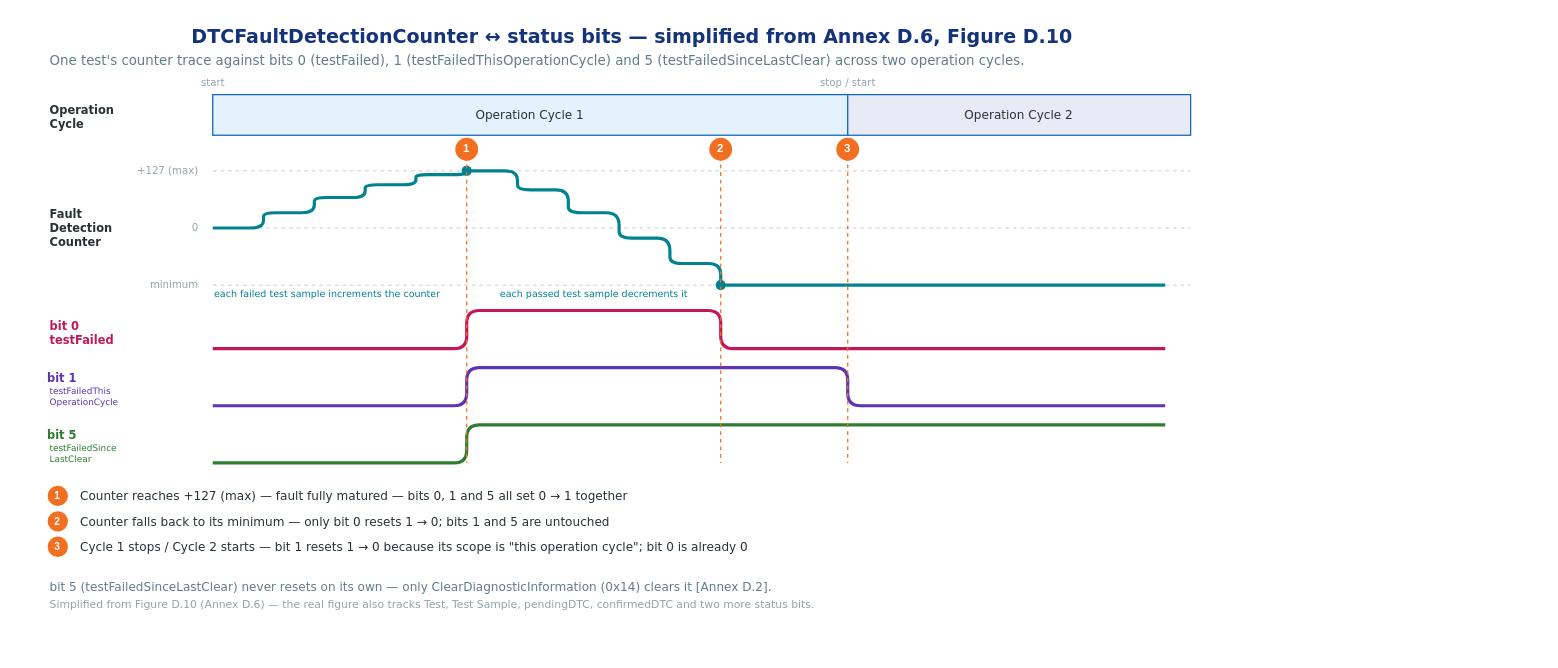
Before: doc/Standards/ISO14229-uds/asset/uds-dtc-faultdetectioncounter-timeline.drawio in mnpham2101/AutomotiveNotes, a draw.io diagram. Source tidied: cells renumbered, new cells numbered last; positions are measured from the earlier drawing's top-left corner, leaving out a move shared by most shapes. Both pictures are drawn from the tidied source at 127%, with x=0, y=0 at pixel (22, 22).
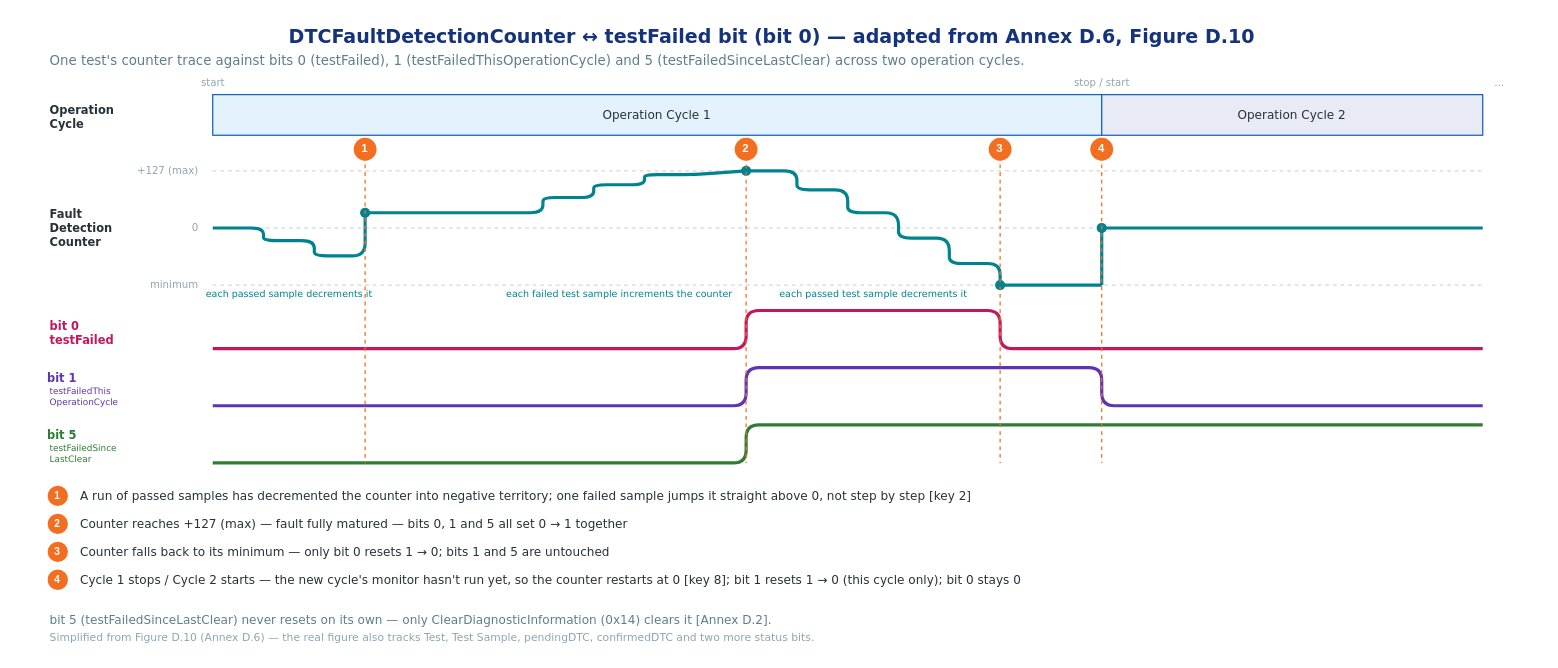
The same page after the edit.

Commit message (it also covers changes not shown here):
Fix fault detection counter diagrams: reset to 0 at cycle boundary, jump-above-0 on first failure

Diff of the diagram source:
```diff
@@
-    <mxCell id="2" value="DTCFaultDetectionCounter ↔ status bits — simplified from Annex D.6, Figure D.10" style="text;html=1;align=center;verticalAlign=middle;fontSize=15;fontColor=#14337a;fontFamily=DejaVu Sans;fontStyle=1;" parent="1" vertex="1">
-      <mxGeometry width="960" height="22" as="geometry" />
+    <mxCell id="2" value="DTCFaultDetectionCounter ↔ testFailed bit (bit 0) — adapted from Annex D.6, Figure D.10" style="text;html=1;align=center;verticalAlign=middle;fontSize=15;fontColor=#14337a;fontFamily=DejaVu Sans;fontStyle=1;" parent="1" vertex="1">
+      <mxGeometry width="1180" height="22" as="geometry" />
     </mxCell>
     <mxCell id="3" value="One test's counter trace against bits 0 (testFailed), 1 (testFailedThisOperationCycle) and 5 (testFailedSinceLastClear) across two operation cycles." style="text;html=1;align=left;verticalAlign=middle;fontSize=10.5;fontColor=#607d8b;fontFamily=DejaVu Sans;" parent="1" vertex="1">
-      <mxGeometry x="20" y="22" width="920" height="16" as="geometry" />
+      <mxGeometry x="20" y="22" width="1140" height="16" as="geometry" />
     </mxCell>
@@
     <mxCell id="5" value="Operation Cycle 1" style="rounded=0;whiteSpace=wrap;html=1;fillColor=#e3f2fd;strokeColor=#1565c0;fontSize=9.5;align=center;verticalAlign=middle;fontColor=#263238;fontFamily=DejaVu Sans;" parent="1" vertex="1">
-      <mxGeometry x="150" y="57" width="500" height="32" as="geometry" />
+      <mxGeometry x="150" y="57" width="700" height="32" as="geometry" />
     </mxCell>
     <mxCell id="6" value="Operation Cycle 2" style="rounded=0;whiteSpace=wrap;html=1;fillColor=#e8eaf6;strokeColor=#1565c0;fontSize=9.5;align=center;verticalAlign=middle;fontColor=#263238;fontFamily=DejaVu Sans;" parent="1" vertex="1">
-      <mxGeometry x="650" y="57" width="270" height="32" as="geometry" />
+      <mxGeometry x="850" y="57" width="300" height="32" as="geometry" />
     </mxCell>
@@
     <mxCell id="8" value="stop / start" style="text;html=1;align=center;verticalAlign=middle;fontSize=8;fontColor=#90a4ae;fontFamily=DejaVu Sans;" parent="1" vertex="1">
-      <mxGeometry x="600" y="42" width="100" height="12" as="geometry" />
+      <mxGeometry x="800" y="42" width="100" height="12" as="geometry" />
     </mxCell>
+    <mxCell id="45" value="…" style="text;html=1;align=center;verticalAlign=middle;fontSize=8;fontColor=#90a4ae;fontFamily=DejaVu Sans;" parent="1" vertex="1">
+      <mxGeometry x="1133" y="42" width="60" height="12" as="geometry" />
+    </mxCell>
@@
     <mxCell id="10" style="endArrow=none;html=1;strokeColor=#cfd8dc;dashed=1;" parent="1" edge="1">
       <mxGeometry relative="1" as="geometry">
         <mxPoint x="150" y="117" as="sourcePoint" />
-        <mxPoint x="920" y="117" as="targetPoint" />
+        <mxPoint x="1150" y="117" as="targetPoint" />
       </mxGeometry>
     </mxCell>
@@
     <mxCell id="12" style="endArrow=none;html=1;strokeColor=#cfd8dc;dashed=1;" parent="1" edge="1">
       <mxGeometry relative="1" as="geometry">
         <mxPoint x="150" y="162" as="sourcePoint" />
-        <mxPoint x="920" y="162" as="targetPoint" />
+        <mxPoint x="1150" y="162" as="targetPoint" />
       </mxGeometry>
     </mxCell>
@@
     <mxCell id="14" style="endArrow=none;html=1;strokeColor=#cfd8dc;dashed=1;" parent="1" edge="1">
       <mxGeometry relative="1" as="geometry">
         <mxPoint x="150" y="207" as="sourcePoint" />
-        <mxPoint x="920" y="207" as="targetPoint" />
+        <mxPoint x="1150" y="207" as="targetPoint" />
       </mxGeometry>
     </mxCell>
@@
+    <mxCell id="46" style="endArrow=none;html=1;strokeColor=#00838f;strokeWidth=2.5;curved=0;" parent="1" edge="1">
+      <mxGeometry relative="1" as="geometry">
+        <mxPoint x="150" y="162" as="sourcePoint" />
+        <mxPoint x="270" y="150" as="targetPoint" />
+        <Array as="points">
+          <mxPoint x="150" y="162" />
+          <mxPoint x="190" y="162" />
+          <mxPoint x="190" y="172" />
+          <mxPoint x="230" y="172" />
+          <mxPoint x="230" y="184" />
+          <mxPoint x="270" y="184" />
+          <mxPoint x="270" y="150" />
+        </Array>
+      </mxGeometry>
+    </mxCell>
     <mxCell id="16" style="endArrow=none;html=1;strokeColor=#00838f;strokeWidth=2.5;curved=0;" parent="1" edge="1">
       <mxGeometry relative="1" as="geometry">
-        <mxPoint x="150" y="162" as="sourcePoint" />
-        <mxPoint x="350" y="117" as="targetPoint" />
+        <mxPoint x="270" y="150" as="sourcePoint" />
+        <mxPoint x="570" y="117" as="targetPoint" />
         <Array as="points">
-          <mxPoint x="150" y="162" />
-          <mxPoint x="190" y="162" />
-          <mxPoint x="190" y="150" />
-          <mxPoint x="230" y="150" />
-          <mxPoint x="230" y="138" />
-          <mxPoint x="270" y="138" />
-          <mxPoint x="270" y="128" />
-          <mxPoint x="310" y="128" />
-          <mxPoint x="310" y="120" />
-          <mxPoint x="350" y="120" />
+          <mxPoint x="270" y="150" />
+          <mxPoint x="370" y="150" />
+          <mxPoint x="410" y="150" />
+          <mxPoint x="410" y="138" />
+          <mxPoint x="450" y="138" />
+          <mxPoint x="450" y="128" />
+          <mxPoint x="490" y="128" />
+          <mxPoint x="490" y="120" />
+          <mxPoint x="530" y="120" />
         </Array>
       </mxGeometry>
     </mxCell>
     <mxCell id="17" style="endArrow=none;html=1;strokeColor=#00838f;strokeWidth=2.5;curved=0;" parent="1" edge="1">
       <mxGeometry relative="1" as="geometry">
-        <mxPoint x="350" y="117" as="sourcePoint" />
-        <mxPoint x="550" y="207" as="targetPoint" />
+        <mxPoint x="570" y="117" as="sourcePoint" />
+        <mxPoint x="770" y="207" as="targetPoint" />
         <Array as="points">
-          <mxPoint x="350" y="117" />
-          <mxPoint x="390" y="117" />
-          <mxPoint x="390" y="132" />
-          <mxPoint x="430" y="132" />
-          <mxPoint x="430" y="150" />
-          <mxPoint x="470" y="150" />
-          <mxPoint x="470" y="170" />
-          <mxPoint x="510" y="170" />
-          <mxPoint x="510" y="190" />
-          <mxPoint x="550" y="190" />
+          <mxPoint x="570" y="117" />
+          <mxPoint x="610" y="117" />
+          <mxPoint x="610" y="132" />
+          <mxPoint x="650" y="132" />
+          <mxPoint x="650" y="150" />
+          <mxPoint x="690" y="150" />
+          <mxPoint x="690" y="170" />
+          <mxPoint x="730" y="170" />
+          <mxPoint x="730" y="190" />
+          <mxPoint x="770" y="190" />
         </Array>
       </mxGeometry>
     </mxCell>
     <mxCell id="18" style="endArrow=none;html=1;strokeColor=#00838f;strokeWidth=2.5;curved=0;" parent="1" edge="1">
       <mxGeometry relative="1" as="geometry">
-        <mxPoint x="550" y="207" as="sourcePoint" />
-        <mxPoint x="900" y="207" as="targetPoint" />
+        <mxPoint x="770" y="207" as="sourcePoint" />
+        <mxPoint x="850" y="207" as="targetPoint" />
       </mxGeometry>
     </mxCell>
+    <mxCell id="47" style="endArrow=none;html=1;strokeColor=#00838f;strokeWidth=2.5;curved=0;" parent="1" edge="1">
+      <mxGeometry relative="1" as="geometry">
+        <mxPoint x="850" y="207" as="sourcePoint" />
+        <mxPoint x="850" y="162" as="targetPoint" />
+      </mxGeometry>
+    </mxCell>
+    <mxCell id="48" style="endArrow=none;html=1;strokeColor=#00838f;strokeWidth=2.5;curved=0;" parent="1" edge="1">
+      <mxGeometry relative="1" as="geometry">
+        <mxPoint x="850" y="162" as="sourcePoint" />
+        <mxPoint x="1150" y="162" as="targetPoint" />
+      </mxGeometry>
+    </mxCell>
+    <mxCell id="49" style="ellipse;whiteSpace=wrap;html=1;fillColor=#00838f;strokeColor=none;" parent="1" vertex="1">
+      <mxGeometry x="266" y="146" width="8" height="8" as="geometry" />
+    </mxCell>
     <mxCell id="19" style="ellipse;whiteSpace=wrap;html=1;fillColor=#00838f;strokeColor=none;" parent="1" vertex="1">
-      <mxGeometry x="346" y="113" width="8" height="8" as="geometry" />
+      <mxGeometry x="566" y="113" width="8" height="8" as="geometry" />
     </mxCell>
     <mxCell id="20" style="ellipse;whiteSpace=wrap;html=1;fillColor=#00838f;strokeColor=none;" parent="1" vertex="1">
-      <mxGeometry x="546" y="203" width="8" height="8" as="geometry" />
+      <mxGeometry x="766" y="203" width="8" height="8" as="geometry" />
     </mxCell>
+    <mxCell id="50" style="ellipse;whiteSpace=wrap;html=1;fillColor=#00838f;strokeColor=none;" parent="1" vertex="1">
+      <mxGeometry x="846" y="158" width="8" height="8" as="geometry" />
+    </mxCell>
+    <mxCell id="51" value="each passed sample decrements it" style="text;html=1;align=center;verticalAlign=middle;fontSize=7.5;fontColor=#00838f;fontFamily=DejaVu Sans;" parent="1" vertex="1">
+      <mxGeometry x="120" y="208" width="180" height="12" as="geometry" />
+    </mxCell>
     <mxCell id="21" value="each failed test sample increments the counter" style="text;html=1;align=center;verticalAlign=middle;fontSize=7.5;fontColor=#00838f;fontFamily=DejaVu Sans;" parent="1" vertex="1">
-      <mxGeometry x="140" y="208" width="200" height="12" as="geometry" />
+      <mxGeometry x="370" y="208" width="200" height="12" as="geometry" />
     </mxCell>
     <mxCell id="22" value="each passed test sample decrements it" style="text;html=1;align=center;verticalAlign=middle;fontSize=7.5;fontColor=#00838f;fontFamily=DejaVu Sans;" parent="1" vertex="1">
-      <mxGeometry x="350" y="208" width="200" height="12" as="geometry" />
+      <mxGeometry x="570" y="208" width="200" height="12" as="geometry" />
     </mxCell>
@@
     <mxCell id="24" style="endArrow=none;html=1;strokeColor=#c2185b;strokeWidth=2.5;curved=0;" parent="1" edge="1">
       <mxGeometry relative="1" as="geometry">
         <mxPoint x="150" y="257" as="sourcePoint" />
-        <mxPoint x="900" y="257" as="targetPoint" />
+        <mxPoint x="1150" y="257" as="targetPoint" />
         <Array as="points">
           <mxPoint x="150" y="257" />
-          <mxPoint x="350" y="257" />
-          <mxPoint x="350" y="227" />
-          <mxPoint x="550" y="227" />
-          <mxPoint x="550" y="257" />
+          <mxPoint x="570" y="257" />
+          <mxPoint x="570" y="227" />
+          <mxPoint x="770" y="227" />
+          <mxPoint x="770" y="257" />
         </Array>
       </mxGeometry>
     </mxCell>
@@
     <mxCell id="27" style="endArrow=none;html=1;strokeColor=#5e35b1;strokeWidth=2.5;curved=0;" parent="1" edge="1">
       <mxGeometry relative="1" as="geometry">
         <mxPoint x="150" y="302" as="sourcePoint" />
-        <mxPoint x="900" y="302" as="targetPoint" />
+        <mxPoint x="1150" y="302" as="targetPoint" />
         <Array as="points">
           <mxPoint x="150" y="302" />
-          <mxPoint x="350" y="302" />
-          <mxPoint x="350" y="272" />
-          <mxPoint x="650" y="272" />
-          <mxPoint x="650" y="302" />
+          <mxPoint x="570" y="302" />
+          <mxPoint x="570" y="272" />
+          <mxPoint x="850" y="272" />
+          <mxPoint x="850" y="302" />
         </Array>
       </mxGeometry>
     </mxCell>
@@
     <mxCell id="30" style="endArrow=none;html=1;strokeColor=#2e7d32;strokeWidth=2.5;curved=0;" parent="1" edge="1">
       <mxGeometry relative="1" as="geometry">
         <mxPoint x="150" y="347" as="sourcePoint" />
-        <mxPoint x="900" y="317" as="targetPoint" />
+        <mxPoint x="1150" y="317" as="targetPoint" />
         <Array as="points">
           <mxPoint x="150" y="347" />
-          <mxPoint x="350" y="347" />
-          <mxPoint x="350" y="317" />
+          <mxPoint x="570" y="347" />
+          <mxPoint x="570" y="317" />
         </Array>
       </mxGeometry>
     </mxCell>
     <mxCell id="31" style="endArrow=none;html=1;strokeColor=#f26f21;dashed=1;" parent="1" edge="1">
       <mxGeometry relative="1" as="geometry">
-        <mxPoint x="350" y="100" as="sourcePoint" />
-        <mxPoint x="350" y="347" as="targetPoint" />
+        <mxPoint x="270" y="100" as="sourcePoint" />
+        <mxPoint x="270" y="347" as="targetPoint" />
       </mxGeometry>
     </mxCell>
     <mxCell id="32" value="1" style="ellipse;whiteSpace=wrap;html=1;fillColor=#f26f21;strokeColor=none;fontColor=#ffffff;fontSize=9;fontStyle=1;align=center;verticalAlign=middle;" parent="1" vertex="1">
-      <mxGeometry x="341" y="91" width="18" height="18" as="geometry" />
+      <mxGeometry x="261" y="91" width="18" height="18" as="geometry" />
     </mxCell>
     <mxCell id="33" style="endArrow=none;html=1;strokeColor=#f26f21;dashed=1;" parent="1" edge="1">
       <mxGeometry relative="1" as="geometry">
-        <mxPoint x="550" y="100" as="sourcePoint" />
-        <mxPoint x="550" y="347" as="targetPoint" />
+        <mxPoint x="570" y="100" as="sourcePoint" />
+        <mxPoint x="570" y="347" as="targetPoint" />
       </mxGeometry>
     </mxCell>
     <mxCell id="34" value="2" style="ellipse;whiteSpace=wrap;html=1;fillColor=#f26f21;strokeColor=none;fontColor=#ffffff;fontSize=9;fontStyle=1;align=center;verticalAlign=middle;" parent="1" vertex="1">
-      <mxGeometry x="541" y="91" width="18" height="18" as="geometry" />
+      <mxGeometry x="561" y="91" width="18" height="18" as="geometry" />
     </mxCell>
     <mxCell id="35" style="endArrow=none;html=1;strokeColor=#f26f21;dashed=1;" parent="1" edge="1">
       <mxGeometry relative="1" as="geometry">
-        <mxPoint x="650" y="100" as="sourcePoint" />
-        <mxPoint x="650" y="347" as="targetPoint" />
+        <mxPoint x="770" y="100" as="sourcePoint" />
+        <mxPoint x="770" y="347" as="targetPoint" />
       </mxGeometry>
     </mxCell>
     <mxCell id="36" value="3" style="ellipse;whiteSpace=wrap;html=1;fillColor=#f26f21;strokeColor=none;fontColor=#ffffff;fontSize=9;fontStyle=1;align=center;verticalAlign=middle;" parent="1" vertex="1">
-      <mxGeometry x="641" y="91" width="18" height="18" as="geometry" />
+      <mxGeometry x="761" y="91" width="18" height="18" as="geometry" />
     </mxCell>
+    <mxCell id="52" style="endArrow=none;html=1;strokeColor=#f26f21;dashed=1;" parent="1" edge="1">
+      <mxGeometry relative="1" as="geometry">
+        <mxPoint x="850" y="100" as="sourcePoint" />
+        <mxPoint x="850" y="347" as="targetPoint" />
+      </mxGeometry>
+    </mxCell>
+    <mxCell id="53" value="4" style="ellipse;whiteSpace=wrap;html=1;fillColor=#f26f21;strokeColor=none;fontColor=#ffffff;fontSize=9;fontStyle=1;align=center;verticalAlign=middle;" parent="1" vertex="1">
+      <mxGeometry x="841" y="91" width="18" height="18" as="geometry" />
+    </mxCell>
+    <mxCell id="54" value="1" style="ellipse;whiteSpace=wrap;html=1;fillColor=#f26f21;strokeColor=none;fontColor=#ffffff;fontSize=8;fontStyle=1;align=center;verticalAlign=middle;" parent="1" vertex="1">
+      <mxGeometry x="20" y="365" width="16" height="16" as="geometry" />
+    </mxCell>
+    <mxCell id="55" value="A run of passed samples has decremented the counter into negative territory; one failed sample jumps it straight above 0, not step by step [key 2]" style="text;html=1;align=left;verticalAlign=middle;fontSize=9.5;fontColor=#263238;fontFamily=DejaVu Sans;" parent="1" vertex="1">
+      <mxGeometry x="44" y="365" width="1100" height="16" as="geometry" />
+    </mxCell>
-    <mxCell id="37" value="1" style="ellipse;whiteSpace=wrap;html=1;fillColor=#f26f21;strokeColor=none;fontColor=#ffffff;fontSize=8;fontStyle=1;align=center;verticalAlign=middle;" parent="1" vertex="1">
-      <mxGeometry x="20" y="365" width="16" height="16" as="geometry" />
+    <mxCell id="37" value="2" style="ellipse;whiteSpace=wrap;html=1;fillColor=#f26f21;strokeColor=none;fontColor=#ffffff;fontSize=8;fontStyle=1;align=center;verticalAlign=middle;" parent="1" vertex="1">
+      <mxGeometry x="20" y="387" width="16" height="16" as="geometry" />
     </mxCell>
     <mxCell id="38" value="Counter reaches +127 (max) — fault fully matured — bits 0, 1 and 5 all set 0 → 1 together" style="text;html=1;align=left;verticalAlign=middle;fontSize=9.5;fontColor=#263238;fontFamily=DejaVu Sans;" parent="1" vertex="1">
-      <mxGeometry x="44" y="365" width="880" height="16" as="geometry" />
+      <mxGeometry x="44" y="387" width="1100" height="16" as="geometry" />
     </mxCell>
-    <mxCell id="39" value="2" style="ellipse;whiteSpace=wrap;html=1;fillColor=#f26f21;strokeColor=none;fontColor=#ffffff;fontSize=8;fontStyle=1;align=center;verticalAlign=middle;" parent="1" vertex="1">
-      <mxGeometry x="20" y="385" width="16" height="16" as="geometry" />
+    <mxCell id="39" value="3" style="ellipse;whiteSpace=wrap;html=1;fillColor=#f26f21;strokeColor=none;fontColor=#ffffff;fontSize=8;fontStyle=1;align=center;verticalAlign=middle;" parent="1" vertex="1">
+      <mxGeometry x="20" y="409" width="16" height="16" as="geometry" />
     </mxCell>
     <mxCell id="40" value="Counter falls back to its minimum — only bit 0 resets 1 → 0; bits 1 and 5 are untouched" style="text;html=1;align=left;verticalAlign=middle;fontSize=9.5;fontColor=#263238;fontFamily=DejaVu Sans;" parent="1" vertex="1">
-      <mxGeometry x="44" y="385" width="880" height="16" as="geometry" />
+      <mxGeometry x="44" y="409" width="1100" height="16" as="geometry" />
     </mxCell>
-    <mxCell id="41" value="3" style="ellipse;whiteSpace=wrap;html=1;fillColor=#f26f21;strokeColor=none;fontColor=#ffffff;fontSize=8;fontStyle=1;align=center;verticalAlign=middle;" parent="1" vertex="1">
-      <mxGeometry x="20" y="405" width="16" height="16" as="geometry" />
+    <mxCell id="41" value="4" style="ellipse;whiteSpace=wrap;html=1;fillColor=#f26f21;strokeColor=none;fontColor=#ffffff;fontSize=8;fontStyle=1;align=center;verticalAlign=middle;" parent="1" vertex="1">
+      <mxGeometry x="20" y="431" width="16" height="16" as="geometry" />
     </mxCell>
-    <mxCell id="42" value="Cycle 1 stops / Cycle 2 starts — bit 1 resets 1 → 0 because its scope is &quot;this operation cycle&quot;; bit 0 is already 0" style="text;html=1;align=left;verticalAlign=middle;fontSize=9.5;fontColor=#263238;fontFamily=DejaVu Sans;" parent="1" vertex="1">
-      <mxGeometry x="44" y="405" width="880" height="16" as="geometry" />
+    <mxCell id="42" value="Cycle 1 stops / Cycle 2 starts — the new cycle's monitor hasn't run yet, so the counter restarts at 0 [key 8]; bit 1 resets 1 → 0 (this cycle only); bit 0 stays 0" style="text;html=1;align=left;verticalAlign=middle;fontSize=9.5;fontColor=#263238;fontFamily=DejaVu Sans;" parent="1" vertex="1">
+      <mxGeometry x="44" y="431" width="1100" height="16" as="geometry" />
     </mxCell>
     <mxCell id="43" value="bit 5 (testFailedSinceLastClear) never resets on its own — only ClearDiagnosticInformation (0x14) clears it [Annex D.2]." style="text;html=1;align=left;verticalAlign=middle;fontSize=9.5;fontColor=#607d8b;fontFamily=DejaVu Sans;" parent="1" vertex="1">
-      <mxGeometry x="20" y="436" width="920" height="16" as="geometry" />
+      <mxGeometry x="20" y="462" width="1140" height="16" as="geometry" />
     </mxCell>
     <mxCell id="44" value="Simplified from Figure D.10 (Annex D.6) — the real figure also tracks Test, Test Sample, pendingDTC, confirmedDTC and two more status bits." style="text;html=1;align=left;verticalAlign=middle;fontSize=8.5;fontColor=#90a4ae;fontFamily=DejaVu Sans;" parent="1" vertex="1">
-      <mxGeometry x="20" y="452" width="920" height="14" as="geometry" />
+      <mxGeometry x="20" y="478" width="1140" height="14" as="geometry" />
     </mxCell>
```
